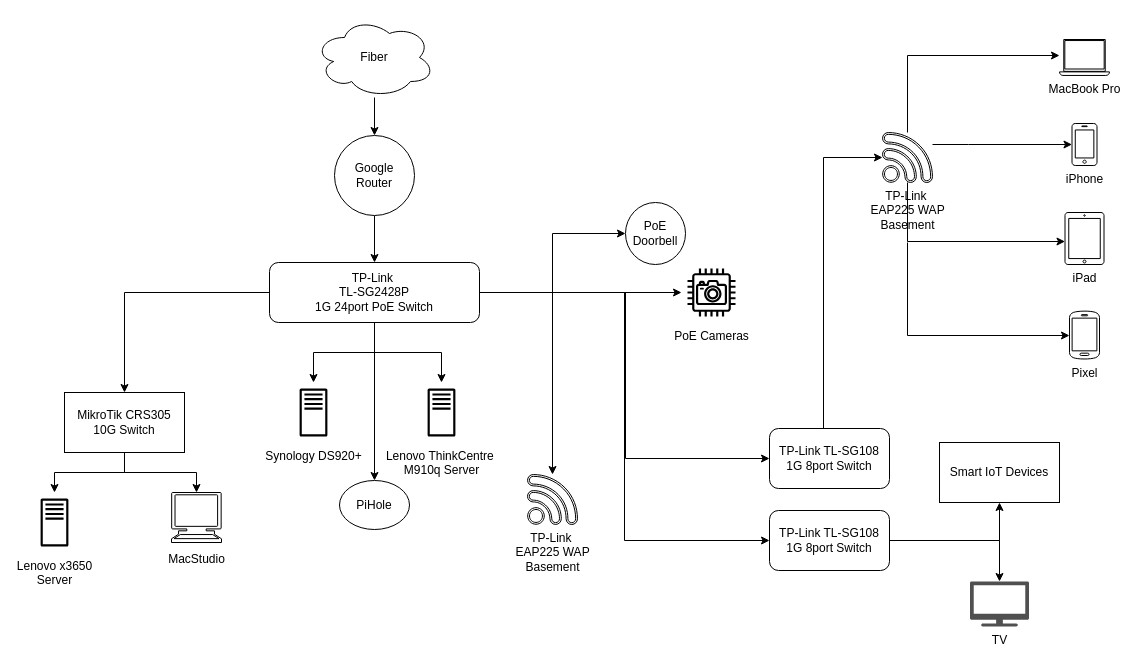
skatrek47/mission-home keeps this draw.io diagram as Home Network.drawio. Above is the earlier version. Source tidied: cells renumbered, new cells numbered last; positions are measured from the earlier drawing's top-left corner, leaving out a move shared by most shapes. Both pictures are drawn from the tidied source at 100%, with x=0, y=0 at pixel (24, 17).
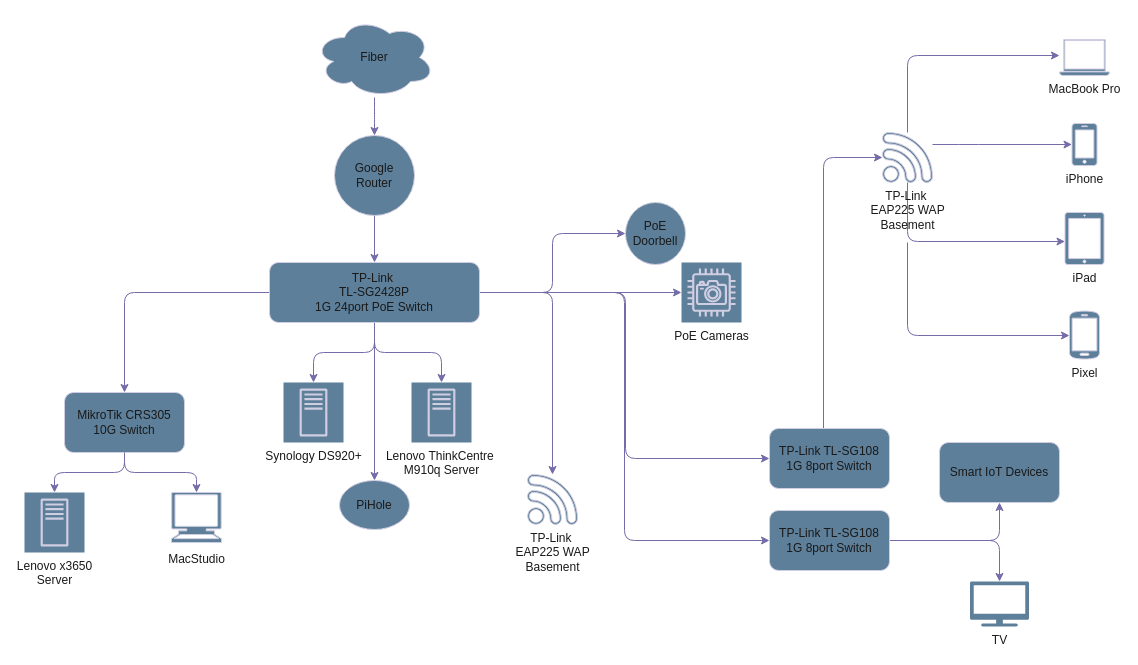
The same diagram, later.

Diff of the diagram source:
```diff
@@
-    <mxCell id="2" style="edgeStyle=orthogonalEdgeStyle;rounded=0;jettySize=auto;html=1;" parent="1" edge="1" source="3" target="5">
+    <mxCell id="2" style="edgeStyle=orthogonalEdgeStyle;rounded=1;jettySize=auto;html=1;labelBackgroundColor=none;fontColor=default;strokeColor=#736CA8;" parent="1" edge="1" source="3" target="5">
       <mxGeometry relative="1" as="geometry" />
     </mxCell>
-    <mxCell id="3" value="Fiber" style="ellipse;shape=cloud;whiteSpace=wrap;html=1;" parent="1" vertex="1">
+    <mxCell id="3" value="Fiber" style="ellipse;shape=cloud;whiteSpace=wrap;html=1;rounded=1;labelBackgroundColor=none;fillColor=#5D7F99;strokeColor=#D0CEE2;fontColor=#1A1A1A;" parent="1" vertex="1">
       <mxGeometry x="290" width="120" height="80" as="geometry" />
     </mxCell>
-    <mxCell id="4" style="edgeStyle=orthogonalEdgeStyle;rounded=0;jettySize=auto;html=1;" parent="1" edge="1" source="5" target="17">
+    <mxCell id="4" style="edgeStyle=orthogonalEdgeStyle;rounded=1;jettySize=auto;html=1;labelBackgroundColor=none;fontColor=default;strokeColor=#736CA8;" parent="1" edge="1" source="5" target="17">
       <mxGeometry relative="1" as="geometry" />
     </mxCell>
-    <mxCell id="5" value="&lt;div&gt;Google&lt;/div&gt;&lt;div&gt;Router&lt;/div&gt;" style="ellipse;whiteSpace=wrap;html=1;" parent="1" vertex="1">
+    <mxCell id="5" value="&lt;div&gt;Google&lt;/div&gt;&lt;div&gt;Router&lt;/div&gt;" style="ellipse;whiteSpace=wrap;html=1;rounded=1;labelBackgroundColor=none;fillColor=#5D7F99;strokeColor=#D0CEE2;fontColor=#1A1A1A;" parent="1" vertex="1">
       <mxGeometry x="310" y="118" width="80" height="80" as="geometry" />
     </mxCell>
-    <mxCell id="6" style="edgeStyle=orthogonalEdgeStyle;rounded=0;jettySize=auto;html=1;" parent="1" edge="1" source="7" target="36">
+    <mxCell id="6" style="edgeStyle=orthogonalEdgeStyle;rounded=1;jettySize=auto;html=1;labelBackgroundColor=none;fontColor=default;strokeColor=#736CA8;" parent="1" edge="1" source="7" target="36">
       <mxGeometry relative="1" as="geometry" />
     </mxCell>
-    <mxCell id="7" value="MikroTik CRS305 10G Switch" style="rounded=0;whiteSpace=wrap;html=1;" parent="1" vertex="1">
+    <mxCell id="7" value="MikroTik CRS305 10G Switch" style="rounded=1;whiteSpace=wrap;html=1;labelBackgroundColor=none;fillColor=#5D7F99;strokeColor=#D0CEE2;fontColor=#1A1A1A;" parent="1" vertex="1">
       <mxGeometry x="40" y="375" width="120" height="60" as="geometry" />
     </mxCell>
-    <mxCell id="8" style="edgeStyle=orthogonalEdgeStyle;rounded=0;jettySize=auto;html=1;" parent="1" edge="1" source="17" target="33">
+    <mxCell id="8" style="edgeStyle=orthogonalEdgeStyle;rounded=1;jettySize=auto;html=1;labelBackgroundColor=none;fontColor=default;strokeColor=#736CA8;" parent="1" edge="1" source="17" target="33">
       <mxGeometry relative="1" as="geometry" />
     </mxCell>
-    <mxCell id="9" style="edgeStyle=orthogonalEdgeStyle;rounded=0;jettySize=auto;html=1;" parent="1" edge="1" source="17" target="18">
+    <mxCell id="9" style="edgeStyle=orthogonalEdgeStyle;rounded=1;jettySize=auto;html=1;labelBackgroundColor=none;fontColor=default;strokeColor=#736CA8;" parent="1" edge="1" source="17" target="18">
       <mxGeometry relative="1" as="geometry" />
     </mxCell>
-    <mxCell id="10" style="edgeStyle=orthogonalEdgeStyle;rounded=0;jettySize=auto;html=1;" parent="1" edge="1" source="17" target="37">
+    <mxCell id="10" style="edgeStyle=orthogonalEdgeStyle;rounded=1;jettySize=auto;html=1;labelBackgroundColor=none;fontColor=default;strokeColor=#736CA8;" parent="1" edge="1" source="17" target="37">
       <mxGeometry relative="1" as="geometry" />
     </mxCell>
-    <mxCell id="11" style="edgeStyle=orthogonalEdgeStyle;rounded=0;jettySize=auto;html=1;" parent="1" edge="1" source="17" target="38">
+    <mxCell id="11" style="edgeStyle=orthogonalEdgeStyle;rounded=1;jettySize=auto;html=1;labelBackgroundColor=none;fontColor=default;strokeColor=#736CA8;" parent="1" edge="1" source="17" target="38">
       <mxGeometry relative="1" as="geometry" />
     </mxCell>
-    <mxCell id="12" style="edgeStyle=orthogonalEdgeStyle;rounded=0;jettySize=auto;html=1;" parent="1" edge="1" source="17" target="7">
+    <mxCell id="12" style="edgeStyle=orthogonalEdgeStyle;rounded=1;jettySize=auto;html=1;labelBackgroundColor=none;fontColor=default;strokeColor=#736CA8;" parent="1" edge="1" source="17" target="7">
       <mxGeometry relative="1" as="geometry" />
     </mxCell>
-    <mxCell id="13" style="edgeStyle=orthogonalEdgeStyle;rounded=0;jettySize=auto;html=1;" parent="1" edge="1" source="17" target="26">
+    <mxCell id="13" style="edgeStyle=orthogonalEdgeStyle;rounded=1;jettySize=auto;html=1;labelBackgroundColor=none;fontColor=default;strokeColor=#736CA8;" parent="1" edge="1" source="17" target="26">
       <mxGeometry relative="1" as="geometry">
         <Array as="points">
           <mxPoint x="601" y="275" />
           <mxPoint x="601" y="441" />
         </Array>
       </mxGeometry>
     </mxCell>
-    <mxCell id="14" style="edgeStyle=orthogonalEdgeStyle;rounded=0;jettySize=auto;html=1;entryX=0;entryY=0.5;entryDx=0;entryDy=0;" parent="1" edge="1" source="17" target="29">
+    <mxCell id="14" style="edgeStyle=orthogonalEdgeStyle;rounded=1;jettySize=auto;html=1;entryX=0;entryY=0.5;entryDx=0;entryDy=0;labelBackgroundColor=none;fontColor=default;strokeColor=#736CA8;" parent="1" edge="1" source="17" target="29">
       <mxGeometry relative="1" as="geometry" />
     </mxCell>
-    <mxCell id="15" style="edgeStyle=orthogonalEdgeStyle;rounded=0;jettySize=auto;html=1;" parent="1" edge="1" source="17" target="40">
+    <mxCell id="15" style="edgeStyle=orthogonalEdgeStyle;rounded=1;jettySize=auto;html=1;labelBackgroundColor=none;fontColor=default;strokeColor=#736CA8;" parent="1" edge="1" source="17" target="40">
       <mxGeometry relative="1" as="geometry" />
     </mxCell>
-    <mxCell id="16" style="edgeStyle=orthogonalEdgeStyle;rounded=0;jettySize=auto;html=1;entryX=0;entryY=0.5;entryDx=0;entryDy=0;" parent="1" edge="1" source="17" target="43">
+    <mxCell id="16" style="edgeStyle=orthogonalEdgeStyle;rounded=1;jettySize=auto;html=1;entryX=0;entryY=0.5;entryDx=0;entryDy=0;labelBackgroundColor=none;fontColor=default;strokeColor=#736CA8;" parent="1" edge="1" source="17" target="43">
       <mxGeometry relative="1" as="geometry" />
     </mxCell>
-    <mxCell id="17" value="&lt;div&gt;TP-Link&amp;nbsp;&lt;/div&gt;&lt;div&gt;TL-SG2428P&lt;/div&gt;&lt;div&gt;1G 24port PoE Switch&lt;br&gt;&lt;/div&gt;" style="rounded=1;whiteSpace=wrap;html=1;" parent="1" vertex="1">
+    <mxCell id="17" value="&lt;div&gt;TP-Link&amp;nbsp;&lt;/div&gt;&lt;div&gt;TL-SG2428P&lt;/div&gt;&lt;div&gt;1G 24port PoE Switch&lt;br&gt;&lt;/div&gt;" style="rounded=1;whiteSpace=wrap;html=1;labelBackgroundColor=none;fillColor=#5D7F99;strokeColor=#D0CEE2;fontColor=#1A1A1A;" parent="1" vertex="1">
       <mxGeometry x="245" y="245" width="210" height="60" as="geometry" />
     </mxCell>
-    <mxCell id="18" value="&lt;div&gt;TP-Link&amp;nbsp;&lt;/div&gt;&lt;div&gt;EAP225 WAP&lt;/div&gt;&lt;div&gt;Basement&lt;br&gt;&lt;/div&gt;" style="sketch=0;shadow=0;dashed=0;html=1;labelPosition=center;verticalLabelPosition=bottom;verticalAlign=top;align=center;outlineConnect=0;shape=mxgraph.vvd.wi_fi;" parent="1" vertex="1">
+    <mxCell id="18" value="&lt;div&gt;TP-Link&amp;nbsp;&lt;/div&gt;&lt;div&gt;EAP225 WAP&lt;/div&gt;&lt;div&gt;Basement&lt;br&gt;&lt;/div&gt;" style="shadow=0;dashed=0;html=1;labelPosition=center;verticalLabelPosition=bottom;verticalAlign=top;align=center;outlineConnect=0;shape=mxgraph.vvd.wi_fi;rounded=1;labelBackgroundColor=none;fillColor=#5D7F99;strokeColor=#D0CEE2;fontColor=#1A1A1A;" parent="1" vertex="1">
       <mxGeometry x="503" y="457" width="50" height="50" as="geometry" />
     </mxCell>
-    <mxCell id="19" style="edgeStyle=orthogonalEdgeStyle;rounded=0;jettySize=auto;html=1;" parent="1" edge="1" source="22" target="31">
+    <mxCell id="19" style="edgeStyle=orthogonalEdgeStyle;rounded=1;jettySize=auto;html=1;labelBackgroundColor=none;fontColor=default;strokeColor=#736CA8;" parent="1" edge="1" source="22" target="31">
       <mxGeometry relative="1" as="geometry">
         <Array as="points">
           <mxPoint x="883" y="38" />
         </Array>
       </mxGeometry>
     </mxCell>
-    <mxCell id="20" style="edgeStyle=orthogonalEdgeStyle;rounded=0;jettySize=auto;html=1;" parent="1" edge="1" source="22" target="34">
+    <mxCell id="20" style="edgeStyle=orthogonalEdgeStyle;rounded=1;jettySize=auto;html=1;labelBackgroundColor=none;fontColor=default;strokeColor=#736CA8;" parent="1" edge="1" source="22" target="34">
       <mxGeometry relative="1" as="geometry">
         <Array as="points">
           <mxPoint x="944" y="127" />
           <mxPoint x="944" y="127" />
         </Array>
       </mxGeometry>
     </mxCell>
-    <mxCell id="21" style="edgeStyle=orthogonalEdgeStyle;rounded=0;jettySize=auto;html=1;" parent="1" edge="1" source="22" target="32">
+    <mxCell id="21" style="edgeStyle=orthogonalEdgeStyle;rounded=1;jettySize=auto;html=1;labelBackgroundColor=none;fontColor=default;strokeColor=#736CA8;" parent="1" edge="1" source="22" target="32">
       <mxGeometry relative="1" as="geometry">
         <Array as="points">
           <mxPoint x="883" y="224" />
         </Array>
       </mxGeometry>
     </mxCell>
-    <mxCell id="22" value="&lt;div&gt;TP-Link&amp;nbsp;&lt;/div&gt;&lt;div&gt;EAP225 WAP&lt;/div&gt;&lt;div&gt;Basement&lt;br&gt;&lt;/div&gt;" style="sketch=0;shadow=0;dashed=0;html=1;labelPosition=center;verticalLabelPosition=bottom;verticalAlign=top;align=center;outlineConnect=0;shape=mxgraph.vvd.wi_fi;" parent="1" vertex="1">
+    <mxCell id="22" value="&lt;div&gt;TP-Link&amp;nbsp;&lt;/div&gt;&lt;div&gt;EAP225 WAP&lt;/div&gt;&lt;div&gt;Basement&lt;br&gt;&lt;/div&gt;" style="shadow=0;dashed=0;html=1;labelPosition=center;verticalLabelPosition=bottom;verticalAlign=top;align=center;outlineConnect=0;shape=mxgraph.vvd.wi_fi;rounded=1;labelBackgroundColor=none;fillColor=#5D7F99;strokeColor=#D0CEE2;fontColor=#1A1A1A;" parent="1" vertex="1">
       <mxGeometry x="858" y="115" width="50" height="50" as="geometry" />
     </mxCell>
-    <mxCell id="23" style="edgeStyle=orthogonalEdgeStyle;rounded=0;jettySize=auto;html=1;" parent="1" edge="1" target="35">
+    <mxCell id="23" style="edgeStyle=orthogonalEdgeStyle;rounded=1;jettySize=auto;html=1;labelBackgroundColor=none;fontColor=default;strokeColor=#736CA8;" parent="1" edge="1" target="35">
       <mxGeometry relative="1" as="geometry">
         <mxPoint x="883" y="225" as="sourcePoint" />
         <Array as="points">
           <mxPoint x="883" y="318" />
         </Array>
       </mxGeometry>
     </mxCell>
-    <mxCell id="24" style="shape=mxgraph.signs.tech.computer;html=1;verticalLabelPosition=bottom;verticalAlign=top;align=center;" parent="1" vertex="1">
+    <mxCell id="24" style="shape=mxgraph.signs.tech.computer;html=1;verticalLabelPosition=bottom;verticalAlign=top;align=center;rounded=1;labelBackgroundColor=none;fillColor=#5D7F99;strokeColor=#D0CEE2;fontColor=#1A1A1A;" parent="1" vertex="1">
       <mxGeometry x="147" y="475" width="50" height="50" as="geometry" />
     </mxCell>
-    <mxCell id="25" style="edgeStyle=orthogonalEdgeStyle;rounded=0;jettySize=auto;html=1;" parent="1" edge="1" source="26" target="22">
+    <mxCell id="25" style="edgeStyle=orthogonalEdgeStyle;rounded=1;jettySize=auto;html=1;labelBackgroundColor=none;fontColor=default;strokeColor=#736CA8;" parent="1" edge="1" source="26" target="22">
       <mxGeometry relative="1" as="geometry">
         <Array as="points">
           <mxPoint x="799" y="140" />
         </Array>
       </mxGeometry>
     </mxCell>
-    <mxCell id="26" value="&lt;div&gt;TP-Link TL-SG108&lt;/div&gt;&lt;div&gt;1G 8port Switch&lt;br&gt;&lt;/div&gt;" style="rounded=1;whiteSpace=wrap;html=1;" parent="1" vertex="1">
+    <mxCell id="26" value="&lt;div&gt;TP-Link TL-SG108&lt;/div&gt;&lt;div&gt;1G 8port Switch&lt;br&gt;&lt;/div&gt;" style="rounded=1;whiteSpace=wrap;html=1;labelBackgroundColor=none;fillColor=#5D7F99;strokeColor=#D0CEE2;fontColor=#1A1A1A;" parent="1" vertex="1">
       <mxGeometry x="745" y="411" width="120" height="60" as="geometry" />
     </mxCell>
-    <mxCell id="27" style="edgeStyle=orthogonalEdgeStyle;rounded=0;jettySize=auto;html=1;entryX=0.5;entryY=1;entryDx=0;entryDy=0;" parent="1" edge="1" source="29" target="41">
+    <mxCell id="27" style="edgeStyle=orthogonalEdgeStyle;rounded=1;jettySize=auto;html=1;entryX=0.5;entryY=1;entryDx=0;entryDy=0;labelBackgroundColor=none;fontColor=default;strokeColor=#736CA8;" parent="1" edge="1" source="29" target="41">
       <mxGeometry relative="1" as="geometry" />
     </mxCell>
-    <mxCell id="28" style="edgeStyle=orthogonalEdgeStyle;rounded=0;jettySize=auto;html=1;" parent="1" edge="1" source="29" target="42">
+    <mxCell id="28" style="edgeStyle=orthogonalEdgeStyle;rounded=1;jettySize=auto;html=1;labelBackgroundColor=none;fontColor=default;strokeColor=#736CA8;" parent="1" edge="1" source="29" target="42">
       <mxGeometry relative="1" as="geometry" />
     </mxCell>
-    <mxCell id="29" value="&lt;div&gt;TP-Link TL-SG108&lt;/div&gt;&lt;div&gt;1G 8port Switch&lt;br&gt;&lt;/div&gt;" style="rounded=1;whiteSpace=wrap;html=1;" parent="1" vertex="1">
+    <mxCell id="29" value="&lt;div&gt;TP-Link TL-SG108&lt;/div&gt;&lt;div&gt;1G 8port Switch&lt;br&gt;&lt;/div&gt;" style="rounded=1;whiteSpace=wrap;html=1;labelBackgroundColor=none;fillColor=#5D7F99;strokeColor=#D0CEE2;fontColor=#1A1A1A;" parent="1" vertex="1">
       <mxGeometry x="745" y="493" width="120" height="60" as="geometry" />
     </mxCell>
-    <mxCell id="30" value="MacStudio" style="text;html=1;align=center;verticalAlign=middle;" parent="1" vertex="1">
+    <mxCell id="30" value="MacStudio" style="text;html=1;align=center;verticalAlign=middle;rounded=1;labelBackgroundColor=none;fontColor=#1A1A1A;" parent="1" vertex="1">
       <mxGeometry x="132" y="527" width="80" height="30" as="geometry" />
     </mxCell>
-    <mxCell id="31" value="MacBook Pro" style="sketch=0;shadow=0;dashed=0;html=1;labelPosition=center;verticalLabelPosition=bottom;verticalAlign=top;align=center;outlineConnect=0;shape=mxgraph.vvd.laptop;" parent="1" vertex="1">
+    <mxCell id="31" value="MacBook Pro" style="shadow=0;dashed=0;html=1;labelPosition=center;verticalLabelPosition=bottom;verticalAlign=top;align=center;outlineConnect=0;shape=mxgraph.vvd.laptop;rounded=1;labelBackgroundColor=none;fillColor=#5D7F99;strokeColor=#D0CEE2;fontColor=#1A1A1A;" parent="1" vertex="1">
       <mxGeometry x="1035" y="22" width="50" height="36" as="geometry" />
     </mxCell>
-    <mxCell id="32" value="iPad" style="sketch=0;shadow=0;dashed=0;html=1;labelPosition=center;verticalLabelPosition=bottom;verticalAlign=top;outlineConnect=0;align=center;shape=mxgraph.office.devices.tablet_ipad;" parent="1" vertex="1">
+    <mxCell id="32" value="iPad" style="shadow=0;dashed=0;html=1;labelPosition=center;verticalLabelPosition=bottom;verticalAlign=top;outlineConnect=0;align=center;shape=mxgraph.office.devices.tablet_ipad;rounded=1;labelBackgroundColor=none;fillColor=#5D7F99;strokeColor=#D0CEE2;fontColor=#1A1A1A;" parent="1" vertex="1">
       <mxGeometry x="1040.5" y="195" width="39" height="52" as="geometry" />
     </mxCell>
-    <mxCell id="33" value="PoE Cameras" style="sketch=0;outlineConnect=0;dashed=0;verticalLabelPosition=bottom;verticalAlign=top;align=center;html=1;fontSize=12;fontStyle=0;shape=mxgraph.aws4.resourceIcon;resIcon=mxgraph.aws4.camera;" parent="1" vertex="1">
+    <mxCell id="33" value="PoE Cameras" style="outlineConnect=0;dashed=0;verticalLabelPosition=bottom;verticalAlign=top;align=center;html=1;fontSize=12;fontStyle=0;shape=mxgraph.aws4.resourceIcon;resIcon=mxgraph.aws4.camera;rounded=1;labelBackgroundColor=none;fillColor=#5D7F99;strokeColor=#D0CEE2;fontColor=#1A1A1A;" parent="1" vertex="1">
       <mxGeometry x="657" y="245" width="60" height="60" as="geometry" />
     </mxCell>
-    <mxCell id="34" value="iPhone" style="sketch=0;shadow=0;dashed=0;html=1;labelPosition=center;verticalLabelPosition=bottom;verticalAlign=top;outlineConnect=0;align=center;shape=mxgraph.office.devices.cell_phone_iphone_standalone;" parent="1" vertex="1">
+    <mxCell id="34" value="iPhone" style="shadow=0;dashed=0;html=1;labelPosition=center;verticalLabelPosition=bottom;verticalAlign=top;outlineConnect=0;align=center;shape=mxgraph.office.devices.cell_phone_iphone_standalone;rounded=1;labelBackgroundColor=none;fillColor=#5D7F99;strokeColor=#D0CEE2;fontColor=#1A1A1A;" parent="1" vertex="1">
       <mxGeometry x="1047.5" y="106" width="25" height="42" as="geometry" />
     </mxCell>
-    <mxCell id="35" value="Pixel" style="sketch=0;shadow=0;dashed=0;html=1;labelPosition=center;verticalLabelPosition=bottom;verticalAlign=top;outlineConnect=0;align=center;shape=mxgraph.office.devices.cell_phone_android_proportional;" parent="1" vertex="1">
+    <mxCell id="35" value="Pixel" style="shadow=0;dashed=0;html=1;labelPosition=center;verticalLabelPosition=bottom;verticalAlign=top;outlineConnect=0;align=center;shape=mxgraph.office.devices.cell_phone_android_proportional;rounded=1;labelBackgroundColor=none;fillColor=#5D7F99;strokeColor=#D0CEE2;fontColor=#1A1A1A;" parent="1" vertex="1">
       <mxGeometry x="1045" y="293" width="30" height="49" as="geometry" />
     </mxCell>
-    <mxCell id="36" value="&lt;div&gt;Lenovo x3650&lt;/div&gt;&lt;div&gt;Server&lt;/div&gt;" style="sketch=0;outlineConnect=0;dashed=0;verticalLabelPosition=bottom;verticalAlign=top;align=center;html=1;fontSize=12;fontStyle=0;shape=mxgraph.aws4.resourceIcon;resIcon=mxgraph.aws4.traditional_server;" parent="1" vertex="1">
+    <mxCell id="36" value="&lt;div&gt;Lenovo x3650&lt;/div&gt;&lt;div&gt;Server&lt;/div&gt;" style="outlineConnect=0;dashed=0;verticalLabelPosition=bottom;verticalAlign=top;align=center;html=1;fontSize=12;fontStyle=0;shape=mxgraph.aws4.resourceIcon;resIcon=mxgraph.aws4.traditional_server;rounded=1;labelBackgroundColor=none;fillColor=#5D7F99;strokeColor=#D0CEE2;fontColor=#1A1A1A;" parent="1" vertex="1">
       <mxGeometry y="475" width="60" height="60" as="geometry" />
     </mxCell>
-    <mxCell id="37" value="&lt;div&gt;Lenovo ThinkCentre&amp;nbsp;&lt;/div&gt;&lt;div&gt;M910q Server&lt;/div&gt;" style="sketch=0;outlineConnect=0;dashed=0;verticalLabelPosition=bottom;verticalAlign=top;align=center;html=1;fontSize=12;fontStyle=0;shape=mxgraph.aws4.resourceIcon;resIcon=mxgraph.aws4.traditional_server;" parent="1" vertex="1">
+    <mxCell id="37" value="&lt;div&gt;Lenovo ThinkCentre&amp;nbsp;&lt;/div&gt;&lt;div&gt;M910q Server&lt;/div&gt;" style="outlineConnect=0;dashed=0;verticalLabelPosition=bottom;verticalAlign=top;align=center;html=1;fontSize=12;fontStyle=0;shape=mxgraph.aws4.resourceIcon;resIcon=mxgraph.aws4.traditional_server;rounded=1;labelBackgroundColor=none;fillColor=#5D7F99;strokeColor=#D0CEE2;fontColor=#1A1A1A;" parent="1" vertex="1">
       <mxGeometry x="387" y="365" width="60" height="60" as="geometry" />
     </mxCell>
-    <mxCell id="38" value="Synology DS920+" style="sketch=0;outlineConnect=0;dashed=0;verticalLabelPosition=bottom;verticalAlign=top;align=center;html=1;fontSize=12;fontStyle=0;shape=mxgraph.aws4.resourceIcon;resIcon=mxgraph.aws4.traditional_server;" parent="1" vertex="1">
+    <mxCell id="38" value="Synology DS920+" style="outlineConnect=0;dashed=0;verticalLabelPosition=bottom;verticalAlign=top;align=center;html=1;fontSize=12;fontStyle=0;shape=mxgraph.aws4.resourceIcon;resIcon=mxgraph.aws4.traditional_server;rounded=1;labelBackgroundColor=none;fillColor=#5D7F99;strokeColor=#D0CEE2;fontColor=#1A1A1A;" parent="1" vertex="1">
       <mxGeometry x="259" y="365" width="60" height="60" as="geometry" />
     </mxCell>
-    <mxCell id="39" style="edgeStyle=orthogonalEdgeStyle;rounded=0;jettySize=auto;html=1;entryX=0.5;entryY=0;entryDx=0;entryDy=0;entryPerimeter=0;" parent="1" edge="1" source="7" target="24">
+    <mxCell id="39" style="edgeStyle=orthogonalEdgeStyle;rounded=1;jettySize=auto;html=1;entryX=0.5;entryY=0;entryDx=0;entryDy=0;entryPerimeter=0;labelBackgroundColor=none;fontColor=default;strokeColor=#736CA8;" parent="1" edge="1" source="7" target="24">
       <mxGeometry relative="1" as="geometry" />
     </mxCell>
-    <mxCell id="40" value="PiHole" style="ellipse;whiteSpace=wrap;html=1;" parent="1" vertex="1">
+    <mxCell id="40" value="PiHole" style="ellipse;whiteSpace=wrap;html=1;rounded=1;labelBackgroundColor=none;fillColor=#5D7F99;strokeColor=#D0CEE2;fontColor=#1A1A1A;" parent="1" vertex="1">
       <mxGeometry x="315" y="463" width="70" height="49" as="geometry" />
     </mxCell>
-    <mxCell id="41" value="Smart IoT Devices" style="rounded=0;whiteSpace=wrap;html=1;" parent="1" vertex="1">
+    <mxCell id="41" value="Smart IoT Devices" style="rounded=1;whiteSpace=wrap;html=1;labelBackgroundColor=none;fillColor=#5D7F99;strokeColor=#D0CEE2;fontColor=#1A1A1A;" parent="1" vertex="1">
       <mxGeometry x="915" y="425" width="120" height="60" as="geometry" />
     </mxCell>
-    <mxCell id="42" value="TV" style="sketch=0;shadow=0;dashed=0;html=1;strokeColor=none;fillColor=#505050;labelPosition=center;verticalLabelPosition=bottom;verticalAlign=top;outlineConnect=0;align=center;shape=mxgraph.office.devices.tv;" parent="1" vertex="1">
+    <mxCell id="42" value="TV" style="shadow=0;dashed=0;html=1;strokeColor=none;labelPosition=center;verticalLabelPosition=bottom;verticalAlign=top;outlineConnect=0;align=center;shape=mxgraph.office.devices.tv;rounded=1;labelBackgroundColor=none;fillColor=#5D7F99;fontColor=#1A1A1A;" parent="1" vertex="1">
       <mxGeometry x="945.5" y="564" width="59" height="45" as="geometry" />
     </mxCell>
-    <mxCell id="43" value="PoE Doorbell" style="ellipse;whiteSpace=wrap;html=1;" parent="1" vertex="1">
+    <mxCell id="43" value="PoE Doorbell" style="ellipse;whiteSpace=wrap;html=1;rounded=1;labelBackgroundColor=none;fillColor=#5D7F99;strokeColor=#D0CEE2;fontColor=#1A1A1A;" parent="1" vertex="1">
       <mxGeometry x="601" y="185" width="60" height="62" as="geometry" />
     </mxCell>
```
